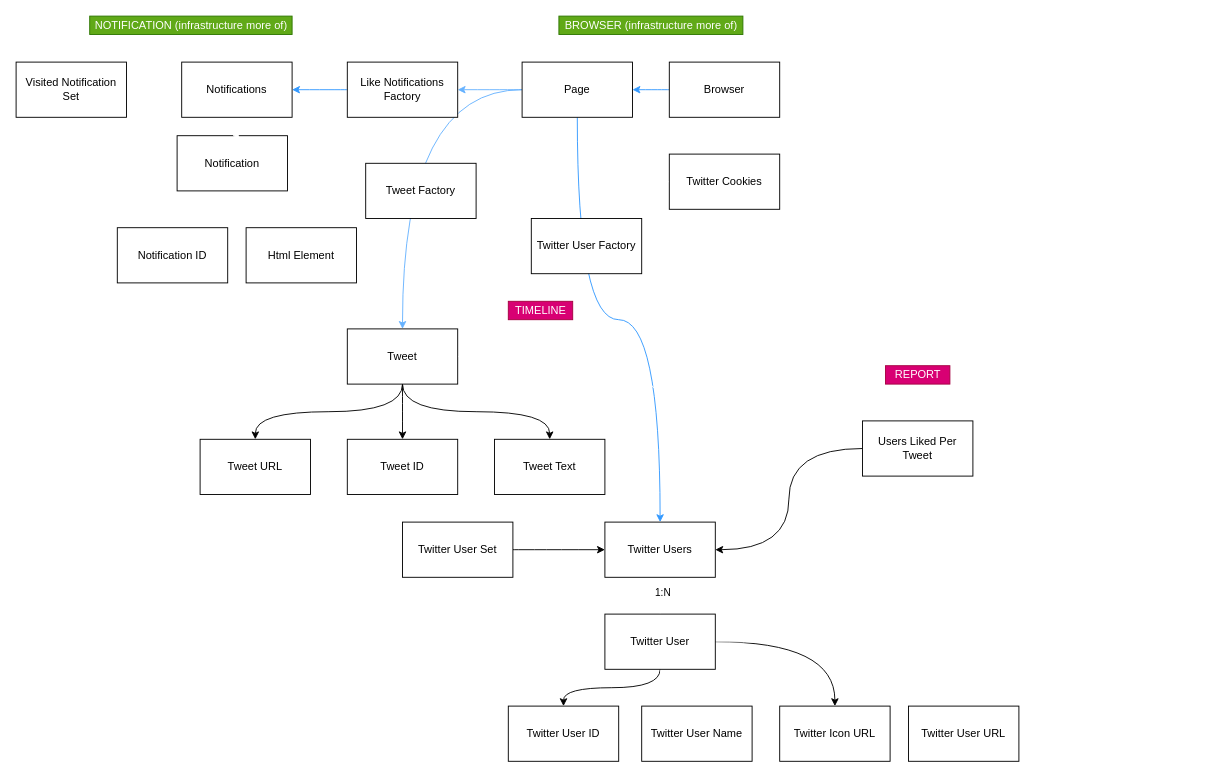
Earlier version of the draw.io diagram notes/domain-model.drawio (myshmeh/omukae-tool). Source tidied: cells renumbered, new cells numbered last; positions are measured from the earlier drawing's top-left corner, leaving out a move shared by most shapes. Both pictures are drawn from the tidied source at 92%, with x=0, y=0 at pixel (16, 16).
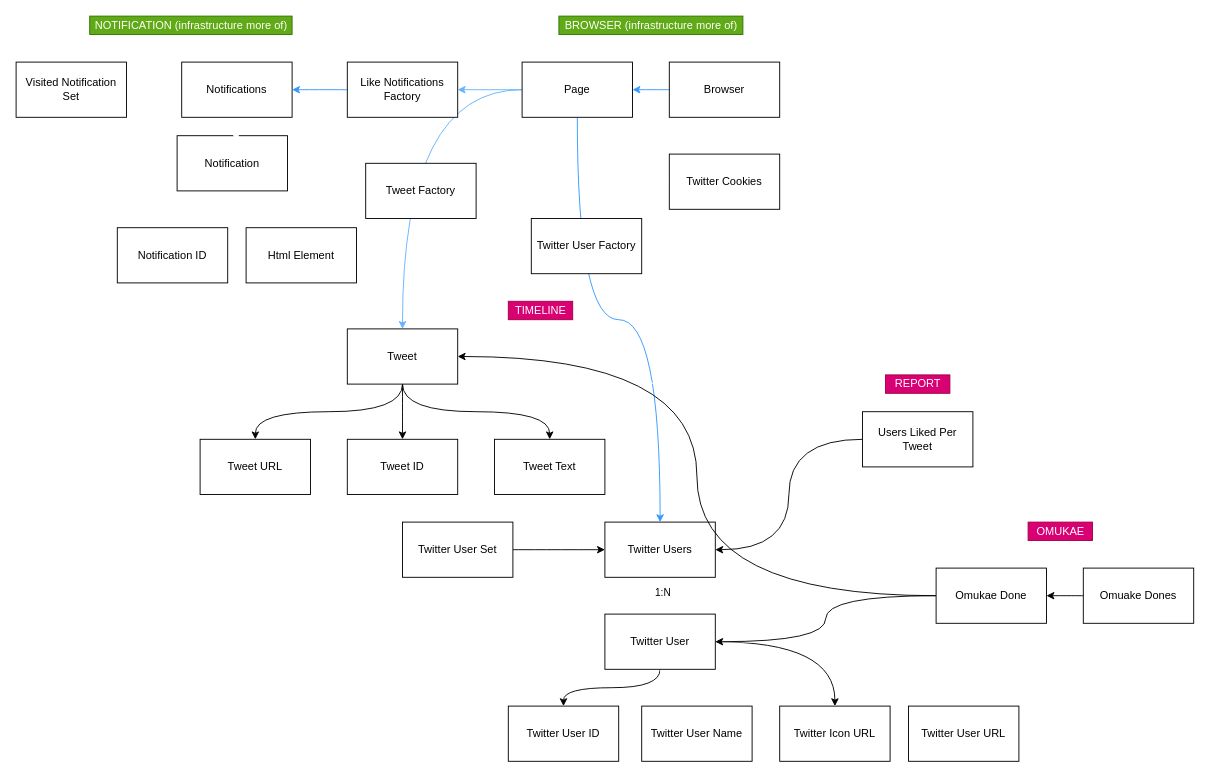
After the change.

Unchanged cells that the change refers to:
```xml
<mxCell id="19" value="Twitter User" style="rounded=0;whiteSpace=wrap;html=1;" parent="1" vertex="1">
  <mxGeometry x="640" y="650" width="120" height="60" as="geometry" />
</mxCell>
<mxCell id="23" value="Tweet" style="rounded=0;whiteSpace=wrap;html=1;" parent="1" vertex="1">
  <mxGeometry x="360" y="340" width="120" height="60" as="geometry" />
</mxCell>
```

Change to the diagram source:
```diff
@@
     <mxCell id="32" value="Users Liked Per Tweet" style="rounded=0;whiteSpace=wrap;html=1;" parent="1" vertex="1">
-      <mxGeometry x="920" y="440" width="120" height="60" as="geometry" />
+      <mxGeometry x="920" y="430" width="120" height="60" as="geometry" />
     </mxCell>
@@
     <mxCell id="39" value="REPORT" style="text;html=1;align=center;verticalAlign=middle;fillColor=#d80073;strokeColor=#A50040;fontColor=#ffffff;" parent="1" vertex="1">
-      <mxGeometry x="945" y="380" width="70" height="20" as="geometry" />
+      <mxGeometry x="945" y="390" width="70" height="20" as="geometry" />
     </mxCell>
@@
+    <mxCell id="51" style="edgeStyle=orthogonalEdgeStyle;curved=1;rounded=0;jettySize=auto;html=1;" parent="1" edge="1" source="53" target="19">
+      <mxGeometry relative="1" as="geometry" />
+    </mxCell>
+    <mxCell id="52" style="edgeStyle=orthogonalEdgeStyle;curved=1;rounded=0;jettySize=auto;html=1;entryX=1;entryY=0.5;entryDx=0;entryDy=0;" parent="1" edge="1" source="53" target="23">
+      <mxGeometry relative="1" as="geometry" />
+    </mxCell>
+    <mxCell id="53" value="Omukae Done" style="whiteSpace=wrap;html=1;" parent="1" vertex="1">
+      <mxGeometry x="1000" y="600" width="120" height="60" as="geometry" />
+    </mxCell>
+    <mxCell id="54" value="OMUKAE" style="text;html=1;align=center;verticalAlign=middle;fillColor=#d80073;strokeColor=#A50040;fontColor=#ffffff;" parent="1" vertex="1">
+      <mxGeometry x="1100" y="550" width="70" height="20" as="geometry" />
+    </mxCell>
+    <mxCell id="55" style="edgeStyle=orthogonalEdgeStyle;curved=1;rounded=0;jettySize=auto;html=1;entryX=1;entryY=0.5;entryDx=0;entryDy=0;" parent="1" edge="1" source="56" target="53">
+      <mxGeometry relative="1" as="geometry" />
+    </mxCell>
+    <mxCell id="56" value="Omuake Dones" style="whiteSpace=wrap;html=1;" parent="1" vertex="1">
+      <mxGeometry x="1160" y="600" width="120" height="60" as="geometry" />
+    </mxCell>
```
